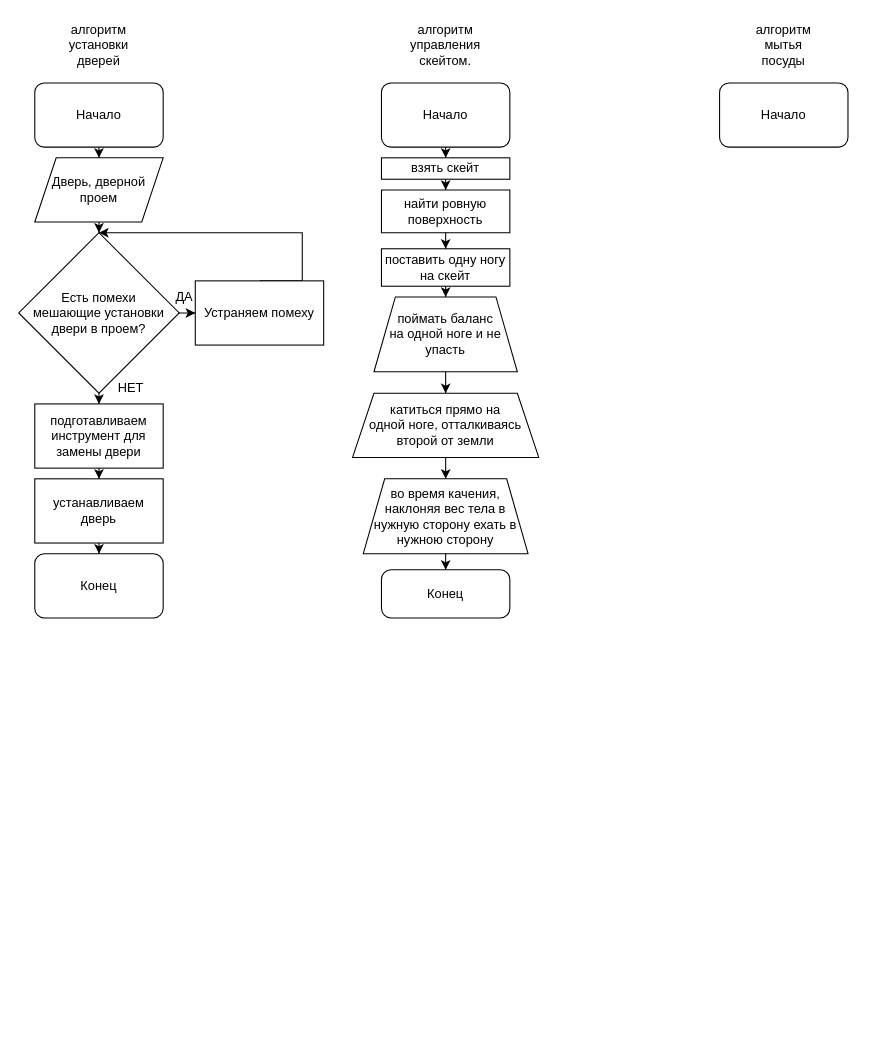
Above: Диаграмма без названия.drawio in EvgenMarkin/HTML-CSS-project-pyton51-10.03.25 (draw.io), before the change. Source tidied: cells renumbered, new cells numbered last; positions are measured from the earlier drawing's top-left corner, leaving out a move shared by most shapes. Both pictures are drawn from the tidied source at 107%, with x=0, y=0 at pixel (18, 18).
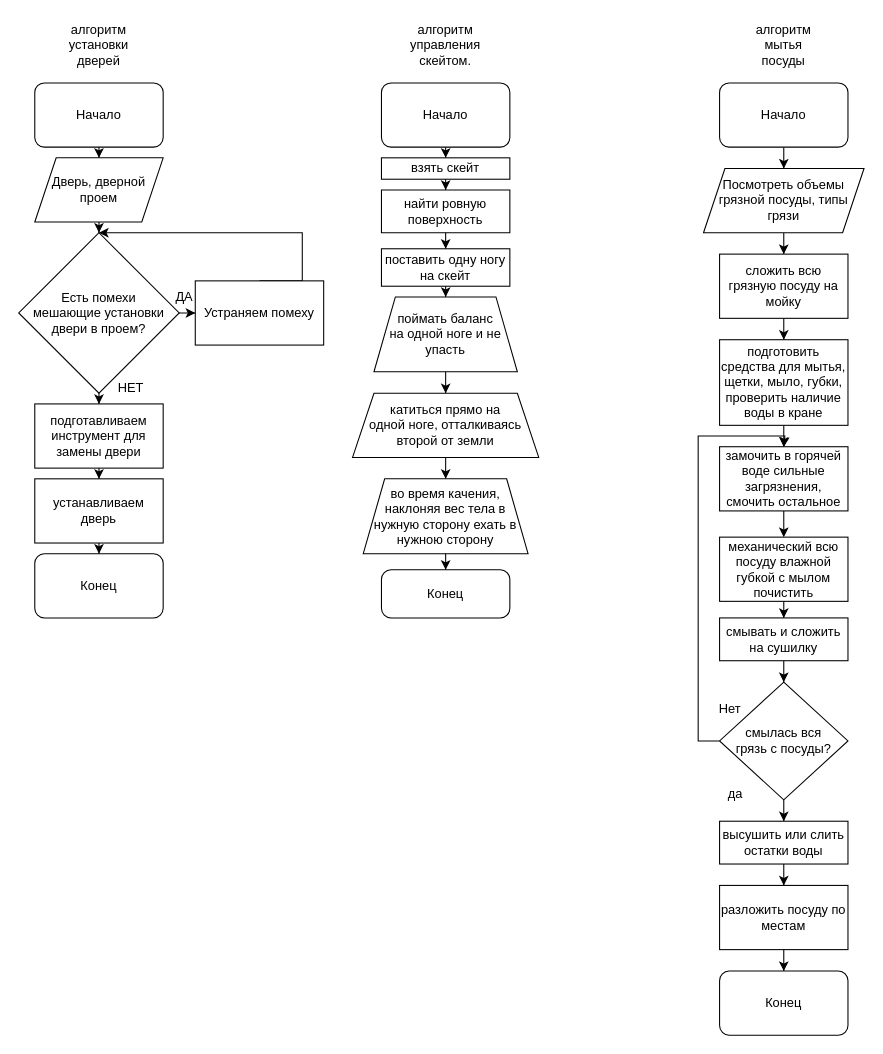
The same page after the edit.

The change refers to these unchanged cells:
```xml
<mxCell id="36" value="Начало" style="rounded=1;whiteSpace=wrap;html=1;" parent="1" vertex="1">
  <mxGeometry x="655" y="60" width="120" height="60" as="geometry" />
</mxCell>
```

What changed in the source:
```diff
@@
+    <mxCell id="37" style="edgeStyle=orthogonalEdgeStyle;rounded=0;jettySize=auto;html=1;" parent="1" edge="1" source="36" target="39">
+      <mxGeometry relative="1" as="geometry" />
+    </mxCell>
@@
+    <mxCell id="38" style="edgeStyle=orthogonalEdgeStyle;rounded=0;jettySize=auto;html=1;" parent="1" edge="1" source="39" target="41">
+      <mxGeometry relative="1" as="geometry" />
+    </mxCell>
+    <mxCell id="39" value="Посмотреть объемы грязной посуды, типы грязи" style="shape=parallelogram;perimeter=parallelogramPerimeter;whiteSpace=wrap;html=1;fixedSize=1;" parent="1" vertex="1">
+      <mxGeometry x="640" y="140" width="150" height="60" as="geometry" />
+    </mxCell>
+    <mxCell id="40" style="edgeStyle=orthogonalEdgeStyle;rounded=0;jettySize=auto;html=1;" parent="1" edge="1" source="41" target="43">
+      <mxGeometry relative="1" as="geometry" />
+    </mxCell>
+    <mxCell id="41" value="сложить всю грязную посуду на мойку" style="whiteSpace=wrap;html=1;" parent="1" vertex="1">
+      <mxGeometry x="655" y="220" width="120" height="60" as="geometry" />
+    </mxCell>
+    <mxCell id="42" style="edgeStyle=orthogonalEdgeStyle;rounded=0;jettySize=auto;html=1;" parent="1" edge="1" source="43" target="45">
+      <mxGeometry relative="1" as="geometry" />
+    </mxCell>
+    <mxCell id="43" value="подготовить средства для мытья, щетки, мыло, губки, проверить наличие воды в кране" style="whiteSpace=wrap;html=1;" parent="1" vertex="1">
+      <mxGeometry x="655" y="300" width="120" height="80" as="geometry" />
+    </mxCell>
+    <mxCell id="44" style="edgeStyle=orthogonalEdgeStyle;rounded=0;jettySize=auto;html=1;" parent="1" edge="1" source="45" target="47">
+      <mxGeometry relative="1" as="geometry" />
+    </mxCell>
+    <mxCell id="45" value="замочить в горячей воде сильные загрязнения, смочить остальное" style="whiteSpace=wrap;html=1;" parent="1" vertex="1">
+      <mxGeometry x="655" y="400" width="120" height="60" as="geometry" />
+    </mxCell>
+    <mxCell id="46" style="edgeStyle=orthogonalEdgeStyle;rounded=0;jettySize=auto;html=1;" parent="1" edge="1" source="47" target="49">
+      <mxGeometry relative="1" as="geometry" />
+    </mxCell>
+    <mxCell id="47" value="механический всю посуду влажной губкой с мылом почистить" style="whiteSpace=wrap;html=1;" parent="1" vertex="1">
+      <mxGeometry x="655" y="484.5" width="120" height="60" as="geometry" />
+    </mxCell>
+    <mxCell id="48" style="edgeStyle=orthogonalEdgeStyle;rounded=0;jettySize=auto;html=1;" parent="1" edge="1" source="49" target="52">
+      <mxGeometry relative="1" as="geometry" />
+    </mxCell>
+    <mxCell id="49" value="смывать и сложить на сушилку" style="whiteSpace=wrap;html=1;" parent="1" vertex="1">
+      <mxGeometry x="655" y="560" width="120" height="40" as="geometry" />
+    </mxCell>
+    <mxCell id="50" style="edgeStyle=orthogonalEdgeStyle;rounded=0;jettySize=auto;html=1;exitX=0;exitY=0.5;exitDx=0;exitDy=0;" parent="1" edge="1" source="52">
+      <mxGeometry relative="1" as="geometry">
+        <mxPoint x="715" y="400" as="targetPoint" />
+        <Array as="points">
+          <mxPoint x="635" y="675" />
+          <mxPoint x="635" y="390" />
+          <mxPoint x="716" y="390" />
+        </Array>
+      </mxGeometry>
+    </mxCell>
+    <mxCell id="51" style="edgeStyle=orthogonalEdgeStyle;rounded=0;jettySize=auto;html=1;" parent="1" edge="1" source="52" target="56">
+      <mxGeometry relative="1" as="geometry" />
+    </mxCell>
+    <mxCell id="52" value="смылась вся &lt;br&gt;грязь с посуды?" style="rhombus;whiteSpace=wrap;html=1;" parent="1" vertex="1">
+      <mxGeometry x="655" y="620" width="120" height="110" as="geometry" />
+    </mxCell>
+    <mxCell id="53" value="да" style="text;html=1;align=center;verticalAlign=middle;whiteSpace=wrap;rounded=0;" parent="1" vertex="1">
+      <mxGeometry x="640" y="710" width="60" height="30" as="geometry" />
+    </mxCell>
+    <mxCell id="54" value="Нет" style="text;html=1;align=center;verticalAlign=middle;whiteSpace=wrap;rounded=0;" parent="1" vertex="1">
+      <mxGeometry x="635" y="630" width="60" height="30" as="geometry" />
+    </mxCell>
+    <mxCell id="55" style="edgeStyle=orthogonalEdgeStyle;rounded=0;jettySize=auto;html=1;" parent="1" edge="1" source="56" target="58">
+      <mxGeometry relative="1" as="geometry" />
+    </mxCell>
+    <mxCell id="56" value="высушить или слить остатки воды " style="whiteSpace=wrap;html=1;" parent="1" vertex="1">
+      <mxGeometry x="655" y="750" width="120" height="40" as="geometry" />
+    </mxCell>
+    <mxCell id="57" style="edgeStyle=orthogonalEdgeStyle;rounded=0;jettySize=auto;html=1;" parent="1" edge="1" source="58" target="59">
+      <mxGeometry relative="1" as="geometry" />
+    </mxCell>
+    <mxCell id="58" value="разложить посуду по местам" style="whiteSpace=wrap;html=1;" parent="1" vertex="1">
+      <mxGeometry x="655" y="810" width="120" height="60" as="geometry" />
+    </mxCell>
+    <mxCell id="59" value="Конец" style="rounded=1;whiteSpace=wrap;html=1;" parent="1" vertex="1">
+      <mxGeometry x="655" y="890" width="120" height="60" as="geometry" />
+    </mxCell>
```
